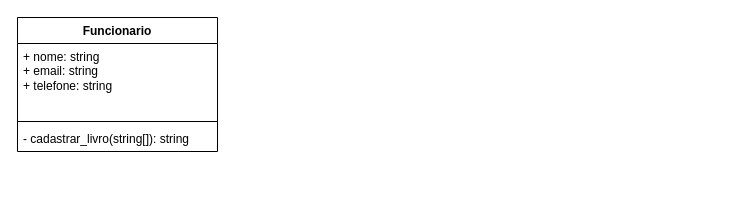
kaique-ryan-santos-chagas/diagrams keeps this draw.io diagram as Diagrama sem nome.drawio. Above is the earlier version. Source tidied: cells renumbered, new cells numbered last; positions are measured from the earlier drawing's top-left corner, leaving out a move shared by most shapes. Both pictures are drawn from the tidied source at 100%, with x=0, y=0 at pixel (17, 17).
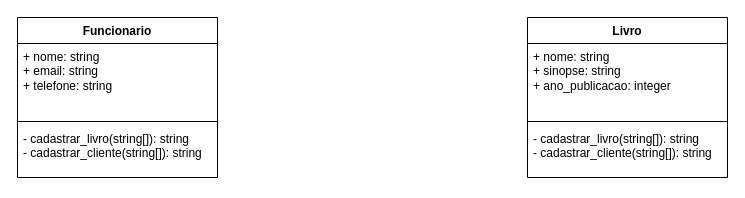
Above is the later version.

The edit, as a diff of the source:
```diff
@@
 <mxGraphModel>
   <root>
     <mxCell id="0" />
     <mxCell id="1" parent="0" />
     <mxCell id="2" value="Funcionario" style="swimlane;fontStyle=1;align=center;verticalAlign=top;horizontal=1;startSize=26;whiteSpace=wrap;html=1;" parent="1" vertex="1">
-      <mxGeometry width="200" height="134" as="geometry" />
+      <mxGeometry width="200" height="160" as="geometry" />
     </mxCell>
     <mxCell id="3" value="+ nome: string&lt;br&gt;+ email: string&lt;br&gt;+ telefone: string" style="text;strokeColor=none;fillColor=none;align=left;verticalAlign=top;spacingLeft=4;spacingRight=4;overflow=hidden;whiteSpace=wrap;html=1;" parent="2" vertex="1">
       <mxGeometry y="26" width="200" height="74" as="geometry" />
     </mxCell>
     <mxCell id="4" style="line;strokeWidth=1;fillColor=none;align=left;verticalAlign=middle;spacingTop=-1;spacingLeft=3;spacingRight=3;labelPosition=right;strokeColor=inherit;" parent="2" vertex="1">
       <mxGeometry y="100" width="200" height="8" as="geometry" />
     </mxCell>
-    <mxCell id="5" value="- cadastrar_livro(string[]): string" style="text;strokeColor=none;fillColor=none;align=left;verticalAlign=top;spacingLeft=4;spacingRight=4;overflow=hidden;whiteSpace=wrap;html=1;" parent="2" vertex="1">
-      <mxGeometry y="108" width="200" height="26" as="geometry" />
+    <mxCell id="5" value="- cadastrar_livro(string[]): string&lt;br&gt;- cadastrar_cliente(string[]): string" style="text;strokeColor=none;fillColor=none;align=left;verticalAlign=top;spacingLeft=4;spacingRight=4;overflow=hidden;whiteSpace=wrap;html=1;" parent="2" vertex="1">
+      <mxGeometry y="108" width="200" height="52" as="geometry" />
     </mxCell>
+    <mxCell id="6" value="Livro" style="swimlane;fontStyle=1;align=center;verticalAlign=top;horizontal=1;startSize=26;whiteSpace=wrap;html=1;" parent="1" vertex="1">
+      <mxGeometry x="510" width="200" height="160" as="geometry" />
+    </mxCell>
+    <mxCell id="7" value="+ nome: string&lt;br&gt;+ sinopse: string&lt;br&gt;+ ano_publicacao: integer" style="text;strokeColor=none;fillColor=none;align=left;verticalAlign=top;spacingLeft=4;spacingRight=4;overflow=hidden;whiteSpace=wrap;html=1;" parent="6" vertex="1">
+      <mxGeometry y="26" width="200" height="74" as="geometry" />
+    </mxCell>
+    <mxCell id="8" style="line;strokeWidth=1;fillColor=none;align=left;verticalAlign=middle;spacingTop=-1;spacingLeft=3;spacingRight=3;labelPosition=right;strokeColor=inherit;" parent="6" vertex="1">
+      <mxGeometry y="100" width="200" height="8" as="geometry" />
+    </mxCell>
+    <mxCell id="9" value="- cadastrar_livro(string[]): string&lt;br&gt;- cadastrar_cliente(string[]): string" style="text;strokeColor=none;fillColor=none;align=left;verticalAlign=top;spacingLeft=4;spacingRight=4;overflow=hidden;whiteSpace=wrap;html=1;" parent="6" vertex="1">
+      <mxGeometry y="108" width="200" height="52" as="geometry" />
+    </mxCell>
   </root>
 </mxGraphModel>
```
